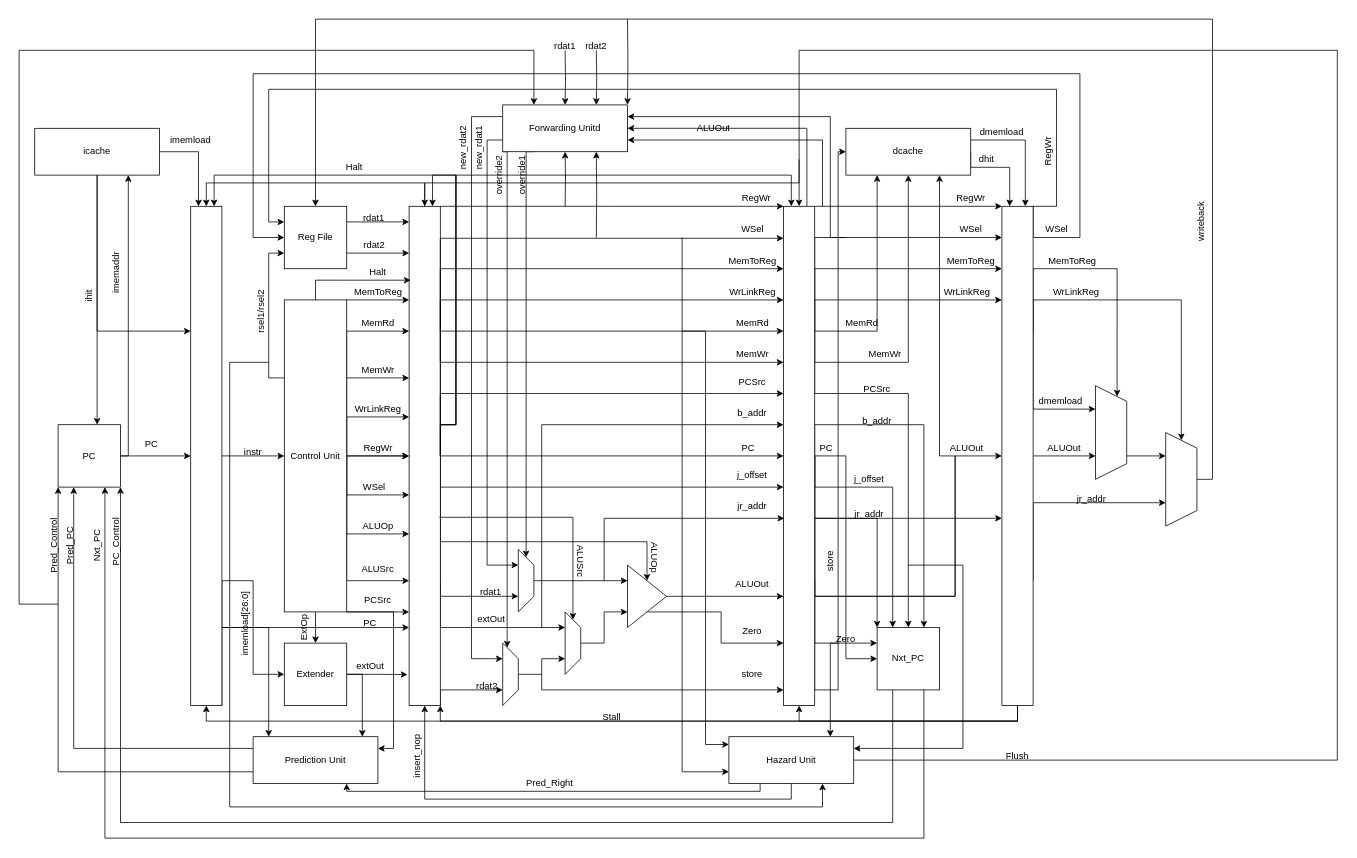
dsrasheed/ece437 keeps this draw.io diagram as page "Page-2" (2 of 2) of Pipeline.drawio.xml. Above is the earlier version. Source tidied: cells renumbered, new cells numbered last; positions are measured from the earlier drawing's top-left corner, leaving out a move shared by most shapes. Both pictures are drawn from the tidied source at 78%, with x=0, y=0 at pixel (19, 19).
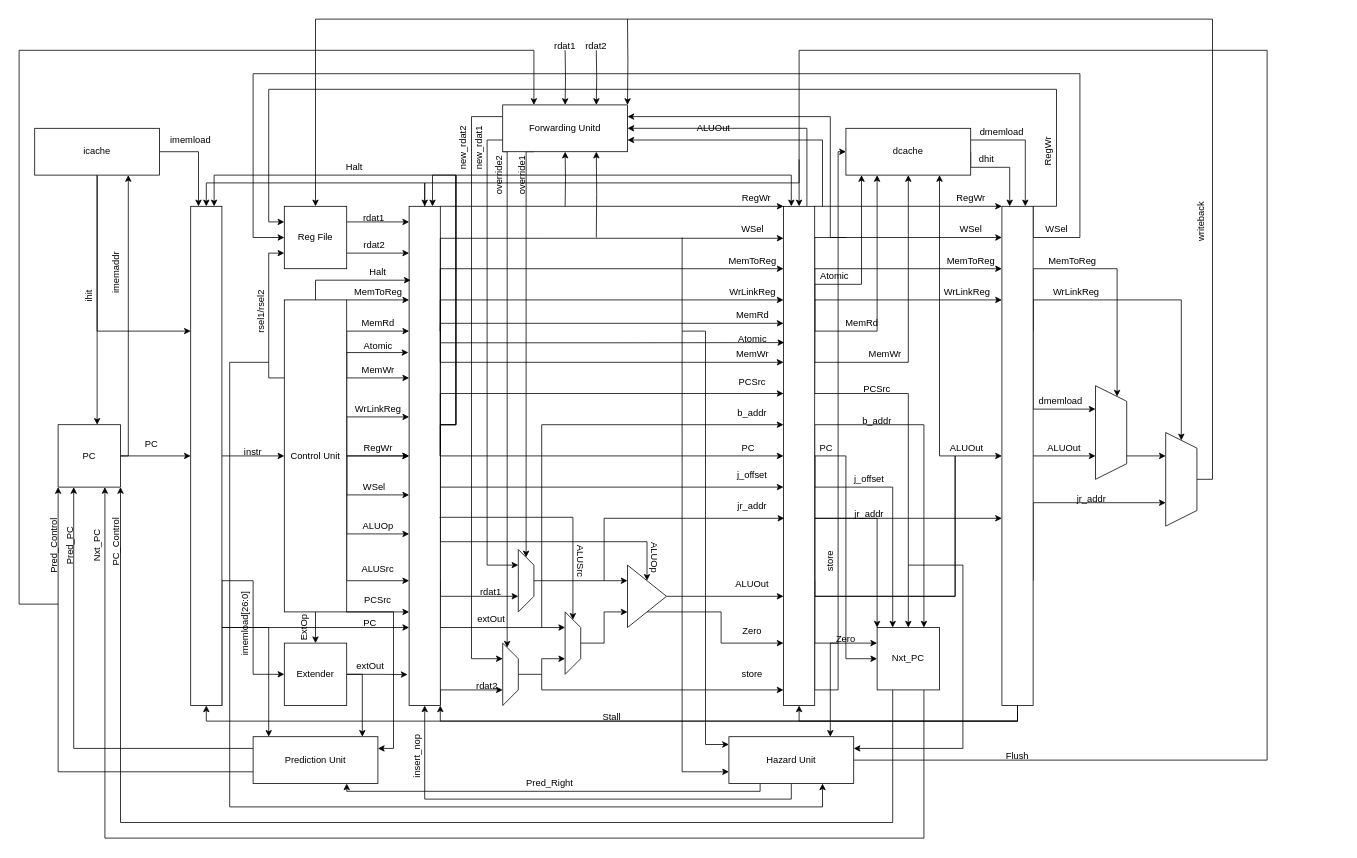
The same page after the edit.

The change refers to these unchanged cells:
```xml
<mxCell id="20" style="rounded=0;whiteSpace=wrap;html=1;" parent="1" vertex="1">
  <mxGeometry x="980" y="240" width="40" height="640" as="geometry" />
</mxCell>
<mxCell id="30" style="rounded=0;whiteSpace=wrap;html=1;" parent="1" vertex="1">
  <mxGeometry x="500" y="240" width="40" height="640" as="geometry" />
</mxCell>
<mxCell id="56" value="Control Unit" style="rounded=0;whiteSpace=wrap;html=1;" parent="1" vertex="1">
  <mxGeometry x="340" y="360" width="80" height="400" as="geometry" />
</mxCell>
<mxCell id="102" value="Hazard Unit" style="rounded=0;whiteSpace=wrap;html=1;" parent="1" vertex="1">
  <mxGeometry x="910" y="920" width="160" height="60" as="geometry" />
</mxCell>
<mxCell id="120" value="dcache" style="rounded=0;whiteSpace=wrap;html=1;" parent="1" vertex="1">
  <mxGeometry x="1060" y="140" width="160" height="60" as="geometry" />
</mxCell>
```

Change to the diagram source:
```diff
@@
+    <mxCell id="212" style="edgeStyle=orthogonalEdgeStyle;rounded=0;jettySize=auto;html=1;exitX=1;exitY=0.25;exitDx=0;exitDy=0;entryX=0.125;entryY=1;entryDx=0;entryDy=0;entryPerimeter=0;" parent="1" edge="1" source="20" target="120">
+      <mxGeometry relative="1" as="geometry">
+        <Array as="points">
+          <mxPoint x="1020" y="340" />
+          <mxPoint x="1080" y="340" />
+        </Array>
+      </mxGeometry>
+    </mxCell>
@@
+    <mxCell id="213" style="edgeStyle=orthogonalEdgeStyle;rounded=0;jettySize=auto;html=1;exitX=1;exitY=0.25;exitDx=0;exitDy=0;entryX=0.025;entryY=0.273;entryDx=0;entryDy=0;entryPerimeter=0;" parent="1" edge="1" source="30" target="20">
+      <mxGeometry relative="1" as="geometry">
+        <Array as="points">
+          <mxPoint x="540" y="415" />
+          <mxPoint x="760" y="415" />
+        </Array>
+      </mxGeometry>
+    </mxCell>
@@
+    <mxCell id="214" style="edgeStyle=orthogonalEdgeStyle;rounded=0;jettySize=auto;html=1;exitX=1;exitY=0.25;exitDx=0;exitDy=0;entryX=-0.025;entryY=0.293;entryDx=0;entryDy=0;entryPerimeter=0;" parent="1" edge="1" source="56" target="30">
+      <mxGeometry relative="1" as="geometry">
+        <Array as="points">
+          <mxPoint x="420" y="428" />
+          <mxPoint x="499" y="428" />
+        </Array>
+      </mxGeometry>
+    </mxCell>
@@
-    <mxCell id="68" style="edgeStyle=orthogonalEdgeStyle;rounded=0;jettySize=auto;html=1;exitX=1;exitY=0.25;exitDx=0;exitDy=0;entryX=0;entryY=0.25;entryDx=0;entryDy=0;" parent="1" edge="1" source="30" target="20">
-      <mxGeometry relative="1" as="geometry" />
+    <mxCell id="68" style="edgeStyle=orthogonalEdgeStyle;rounded=0;jettySize=auto;html=1;exitX=1;exitY=0.25;exitDx=0;exitDy=0;" parent="1" edge="1" source="30" target="20">
+      <mxGeometry relative="1" as="geometry">
+        <Array as="points">
+          <mxPoint x="540" y="390" />
+        </Array>
+      </mxGeometry>
     </mxCell>
@@
     <mxCell id="97" style="edgeStyle=orthogonalEdgeStyle;rounded=0;jettySize=auto;html=1;exitX=1;exitY=0.5;exitDx=0;exitDy=0;endArrow=classic;endFill=1;entryX=0.5;entryY=0;entryDx=0;entryDy=0;" parent="1" edge="1" source="102" target="20">
       <mxGeometry relative="1" as="geometry">
         <Array as="points">
-          <mxPoint x="1690" y="950" />
-          <mxPoint x="1690" y="40" />
+          <mxPoint x="1600" y="950" />
+          <mxPoint x="1600" y="40" />
           <mxPoint x="1000" y="40" />
         </Array>
       </mxGeometry>
     </mxCell>
@@
     <mxCell id="159" value="MemRd" style="text;html=1;align=center;verticalAlign=middle;strokeColor=none;fillColor=none;" parent="1" vertex="1">
-      <mxGeometry x="910" y="380" width="60" height="20" as="geometry" />
+      <mxGeometry x="910" y="370" width="60" height="20" as="geometry" />
     </mxCell>
@@
+    <mxCell id="215" value="Atomic" style="text;html=1;align=center;verticalAlign=middle;strokeColor=none;fillColor=none;" parent="1" vertex="1">
+      <mxGeometry x="1020" y="320" width="50" height="20" as="geometry" />
+    </mxCell>
+    <mxCell id="216" value="Atomic" style="text;html=1;align=center;verticalAlign=middle;strokeColor=none;fillColor=none;" parent="1" vertex="1">
+      <mxGeometry x="435" y="410" width="50" height="20" as="geometry" />
+    </mxCell>
+    <mxCell id="217" value="Atomic" style="text;html=1;align=center;verticalAlign=middle;strokeColor=none;fillColor=none;" parent="1" vertex="1">
+      <mxGeometry x="915" y="400" width="50" height="20" as="geometry" />
+    </mxCell>
```
